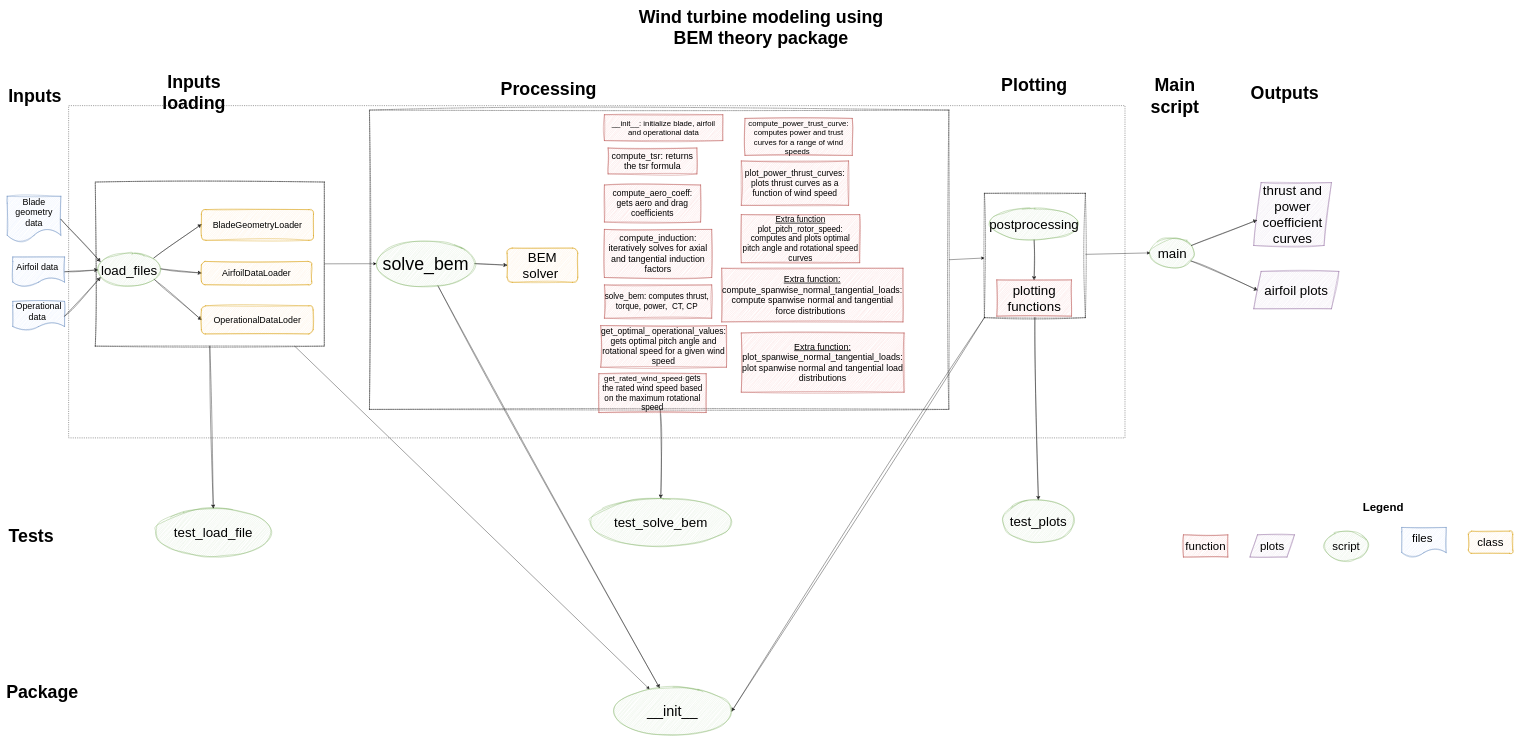
Above: inputs/project_structure.drawio in DTUWindEducation/final-project-nooneknows (draw.io), before the change. Source tidied: cells renumbered, new cells numbered last; positions are measured from the earlier drawing's top-left corner, leaving out a move shared by most shapes. Both pictures are drawn from the tidied source at 37%, with x=0, y=0 at pixel (7, 13).
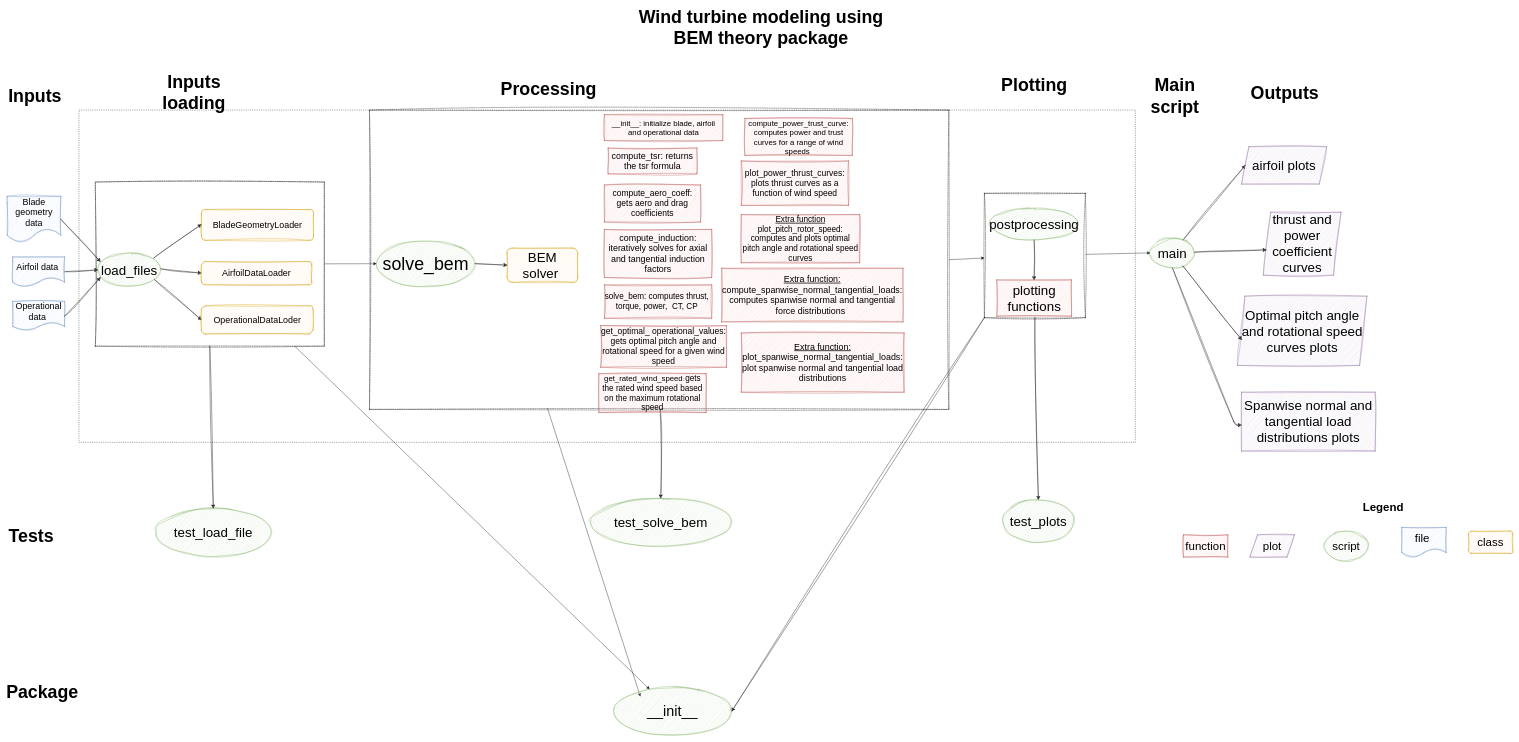
The same page after the edit.

Commit message (it also covers changes not shown here):
Corrected diagram to include also the plots from the extra functions.

Unchanged cells that the change refers to:
```xml
<mxCell id="20" value="&lt;font style=&quot;font-size: 36px;&quot;&gt;main&lt;/font&gt;" style="ellipse;whiteSpace=wrap;html=1;fillColor=#d5e8d4;strokeColor=#82b366;fontSize=19;sketch=1;curveFitting=1;jiggle=2;" parent="1" vertex="1">
  <mxGeometry x="3089" y="609" width="120" height="80" as="geometry" />
</mxCell>
<mxCell id="29" value="&lt;font style=&quot;font-size: 48px;&quot;&gt;solve_bem&lt;/font&gt;" style="ellipse;whiteSpace=wrap;html=1;fillColor=#d5e8d4;strokeColor=#82b366;sketch=1;curveFitting=1;jiggle=2;" parent="1" vertex="1">
  <mxGeometry x="998" y="616" width="266" height="124" as="geometry" />
</mxCell>
<mxCell id="43" style="rounded=0;whiteSpace=wrap;html=1;fillColor=none;strokeColor=default;dashed=1;sketch=1;curveFitting=1;jiggle=2;" parent="1" vertex="1">
  <mxGeometry x="979" y="263" width="1566" height="809" as="geometry" />
</mxCell>
<mxCell id="56" value="&lt;font style=&quot;font-size: 39px;&quot;&gt;__init__&lt;/font&gt;" style="ellipse;whiteSpace=wrap;html=1;fillColor=#d5e8d4;strokeColor=#82b366;sketch=1;curveFitting=1;jiggle=2;" parent="1" vertex="1">
  <mxGeometry x="1638" y="1823" width="320" height="130" as="geometry" />
</mxCell>
```

Change to the diagram source:
```diff
@@
-    <mxCell id="8" value="&lt;font&gt;files&amp;nbsp;&lt;/font&gt;" style="shape=document;whiteSpace=wrap;html=1;boundedLbl=1;fillColor=#dae8fc;strokeColor=#6c8ebf;sketch=1;curveFitting=1;jiggle=2;fontSize=31;" parent="1" vertex="1">
+    <mxCell id="8" value="&lt;font&gt;file&amp;nbsp;&lt;/font&gt;" style="shape=document;whiteSpace=wrap;html=1;boundedLbl=1;fillColor=#dae8fc;strokeColor=#6c8ebf;sketch=1;curveFitting=1;jiggle=2;fontSize=31;" parent="1" vertex="1">
       <mxGeometry x="3769" y="1391" width="120" height="80" as="geometry" />
     </mxCell>
@@
-    <mxCell id="16" value="&lt;font&gt;plots&lt;/font&gt;" style="shape=parallelogram;perimeter=parallelogramPerimeter;whiteSpace=wrap;html=1;fixedSize=1;fillColor=#e1d5e7;strokeColor=#9673a6;sketch=1;curveFitting=1;jiggle=2;fontSize=31;" parent="1" vertex="1">
+    <mxCell id="16" value="&lt;font&gt;plot&lt;/font&gt;" style="shape=parallelogram;perimeter=parallelogramPerimeter;whiteSpace=wrap;html=1;fixedSize=1;fillColor=#e1d5e7;strokeColor=#9673a6;sketch=1;curveFitting=1;jiggle=2;fontSize=31;" parent="1" vertex="1">
       <mxGeometry x="3359" y="1411" width="120" height="60" as="geometry" />
     </mxCell>
@@
+    <mxCell id="70" style="edgeStyle=none;html=1;exitX=0.5;exitY=1;exitDx=0;exitDy=0;sketch=1;curveFitting=1;jiggle=2;" parent="1" edge="1" source="20" target="74">
+      <mxGeometry relative="1" as="geometry">
+        <Array as="points">
+          <mxPoint x="3319" y="1115" />
+        </Array>
+      </mxGeometry>
+    </mxCell>
@@
     <mxCell id="21" value="&lt;font style=&quot;font-size: 36px;&quot;&gt;airfoil plots&lt;/font&gt;" style="shape=parallelogram;perimeter=parallelogramPerimeter;whiteSpace=wrap;html=1;fixedSize=1;fillColor=#e1d5e7;strokeColor=#9673a6;sketch=1;curveFitting=1;jiggle=2;" parent="1" vertex="1">
-      <mxGeometry x="3369" y="699" width="230" height="101" as="geometry" />
+      <mxGeometry x="3336" y="362" width="230" height="101" as="geometry" />
     </mxCell>
@@
-    <mxCell id="28" style="edgeStyle=none;html=1;sketch=1;curveFitting=1;jiggle=2;" parent="1" edge="1" source="29" target="56">
-      <mxGeometry relative="1" as="geometry" />
-    </mxCell>
@@
+    <mxCell id="71" style="edgeStyle=none;html=1;exitX=0.307;exitY=0.995;exitDx=0;exitDy=0;exitPerimeter=0;" parent="1" edge="1" source="43">
+      <mxGeometry relative="1" as="geometry">
+        <mxPoint x="1711.2" y="1848" as="targetPoint" />
+      </mxGeometry>
+    </mxCell>
@@
     <mxCell id="51" value="&lt;font style=&quot;font-size: 36px;&quot;&gt;thrust and power coefficient curves&lt;/font&gt;" style="shape=parallelogram;perimeter=parallelogramPerimeter;whiteSpace=wrap;html=1;fixedSize=1;fillColor=#e1d5e7;strokeColor=#9673a6;sketch=1;curveFitting=1;jiggle=2;" parent="1" vertex="1">
-      <mxGeometry x="3369" y="459" width="210" height="170" as="geometry" />
+      <mxGeometry x="3395" y="539" width="210" height="170" as="geometry" />
     </mxCell>
@@
     <mxCell id="66" style="rounded=0;whiteSpace=wrap;html=1;strokeColor=default;dashed=1;fillColor=none;" parent="1" vertex="1">
-      <mxGeometry x="166" y="251" width="2855" height="898" as="geometry" />
+      <mxGeometry x="194" y="263" width="2855" height="898" as="geometry" />
     </mxCell>
@@
-    <mxCell id="68" value="&lt;div&gt;&lt;font style=&quot;font-size: 24px;&quot;&gt;&lt;u&gt;Extra function:&lt;/u&gt;&lt;/font&gt;&lt;/div&gt;&lt;font style=&quot;font-size: 24px;&quot;&gt;&lt;font style=&quot;&quot;&gt;compute_spanwise_normal_tangential_loads&lt;/font&gt;: compute spanwise normal and tangential force distributions&lt;/font&gt;&amp;nbsp; &amp;nbsp;" style="rounded=0;whiteSpace=wrap;html=1;fillColor=#f8cecc;strokeColor=#b85450;sketch=1;curveFitting=1;jiggle=2;" parent="1" vertex="1">
+    <mxCell id="68" value="&lt;div&gt;&lt;font style=&quot;font-size: 24px;&quot;&gt;&lt;u&gt;Extra function:&lt;/u&gt;&lt;/font&gt;&lt;/div&gt;&lt;font style=&quot;font-size: 24px;&quot;&gt;&lt;font style=&quot;&quot;&gt;compute_spanwise_normal_tangential_loads&lt;/font&gt;: computes spanwise normal and tangential force distributions&lt;/font&gt;&amp;nbsp; &amp;nbsp;" style="rounded=0;whiteSpace=wrap;html=1;fillColor=#f8cecc;strokeColor=#b85450;sketch=1;curveFitting=1;jiggle=2;" parent="1" vertex="1">
       <mxGeometry x="1931" y="690.5" width="490" height="145" as="geometry" />
     </mxCell>
@@
+    <mxCell id="72" value="&lt;font style=&quot;font-size: 36px;&quot;&gt;Optimal pitch angle and rotational speed curves plots&lt;/font&gt;" style="shape=parallelogram;perimeter=parallelogramPerimeter;whiteSpace=wrap;html=1;fixedSize=1;fillColor=#e1d5e7;strokeColor=#9673a6;sketch=1;curveFitting=1;jiggle=2;" parent="1" vertex="1">
+      <mxGeometry x="3325" y="766" width="350" height="187" as="geometry" />
+    </mxCell>
+    <mxCell id="73" style="edgeStyle=none;html=1;entryX=0.033;entryY=0.63;entryDx=0;entryDy=0;entryPerimeter=0;sketch=1;curveFitting=1;jiggle=2;" parent="1" edge="1" source="20" target="72">
+      <mxGeometry relative="1" as="geometry" />
+    </mxCell>
+    <mxCell id="74" value="&lt;font style=&quot;font-size: 36px;&quot;&gt;Spanwise normal and tangential load distributions plots&lt;/font&gt;" style="rounded=0;whiteSpace=wrap;html=1;fillColor=#e1d5e7;strokeColor=#9673a6;sketch=1;curveFitting=1;jiggle=2;" parent="1" vertex="1">
+      <mxGeometry x="3336" y="1025.5" width="361" height="159" as="geometry" />
+    </mxCell>
```
